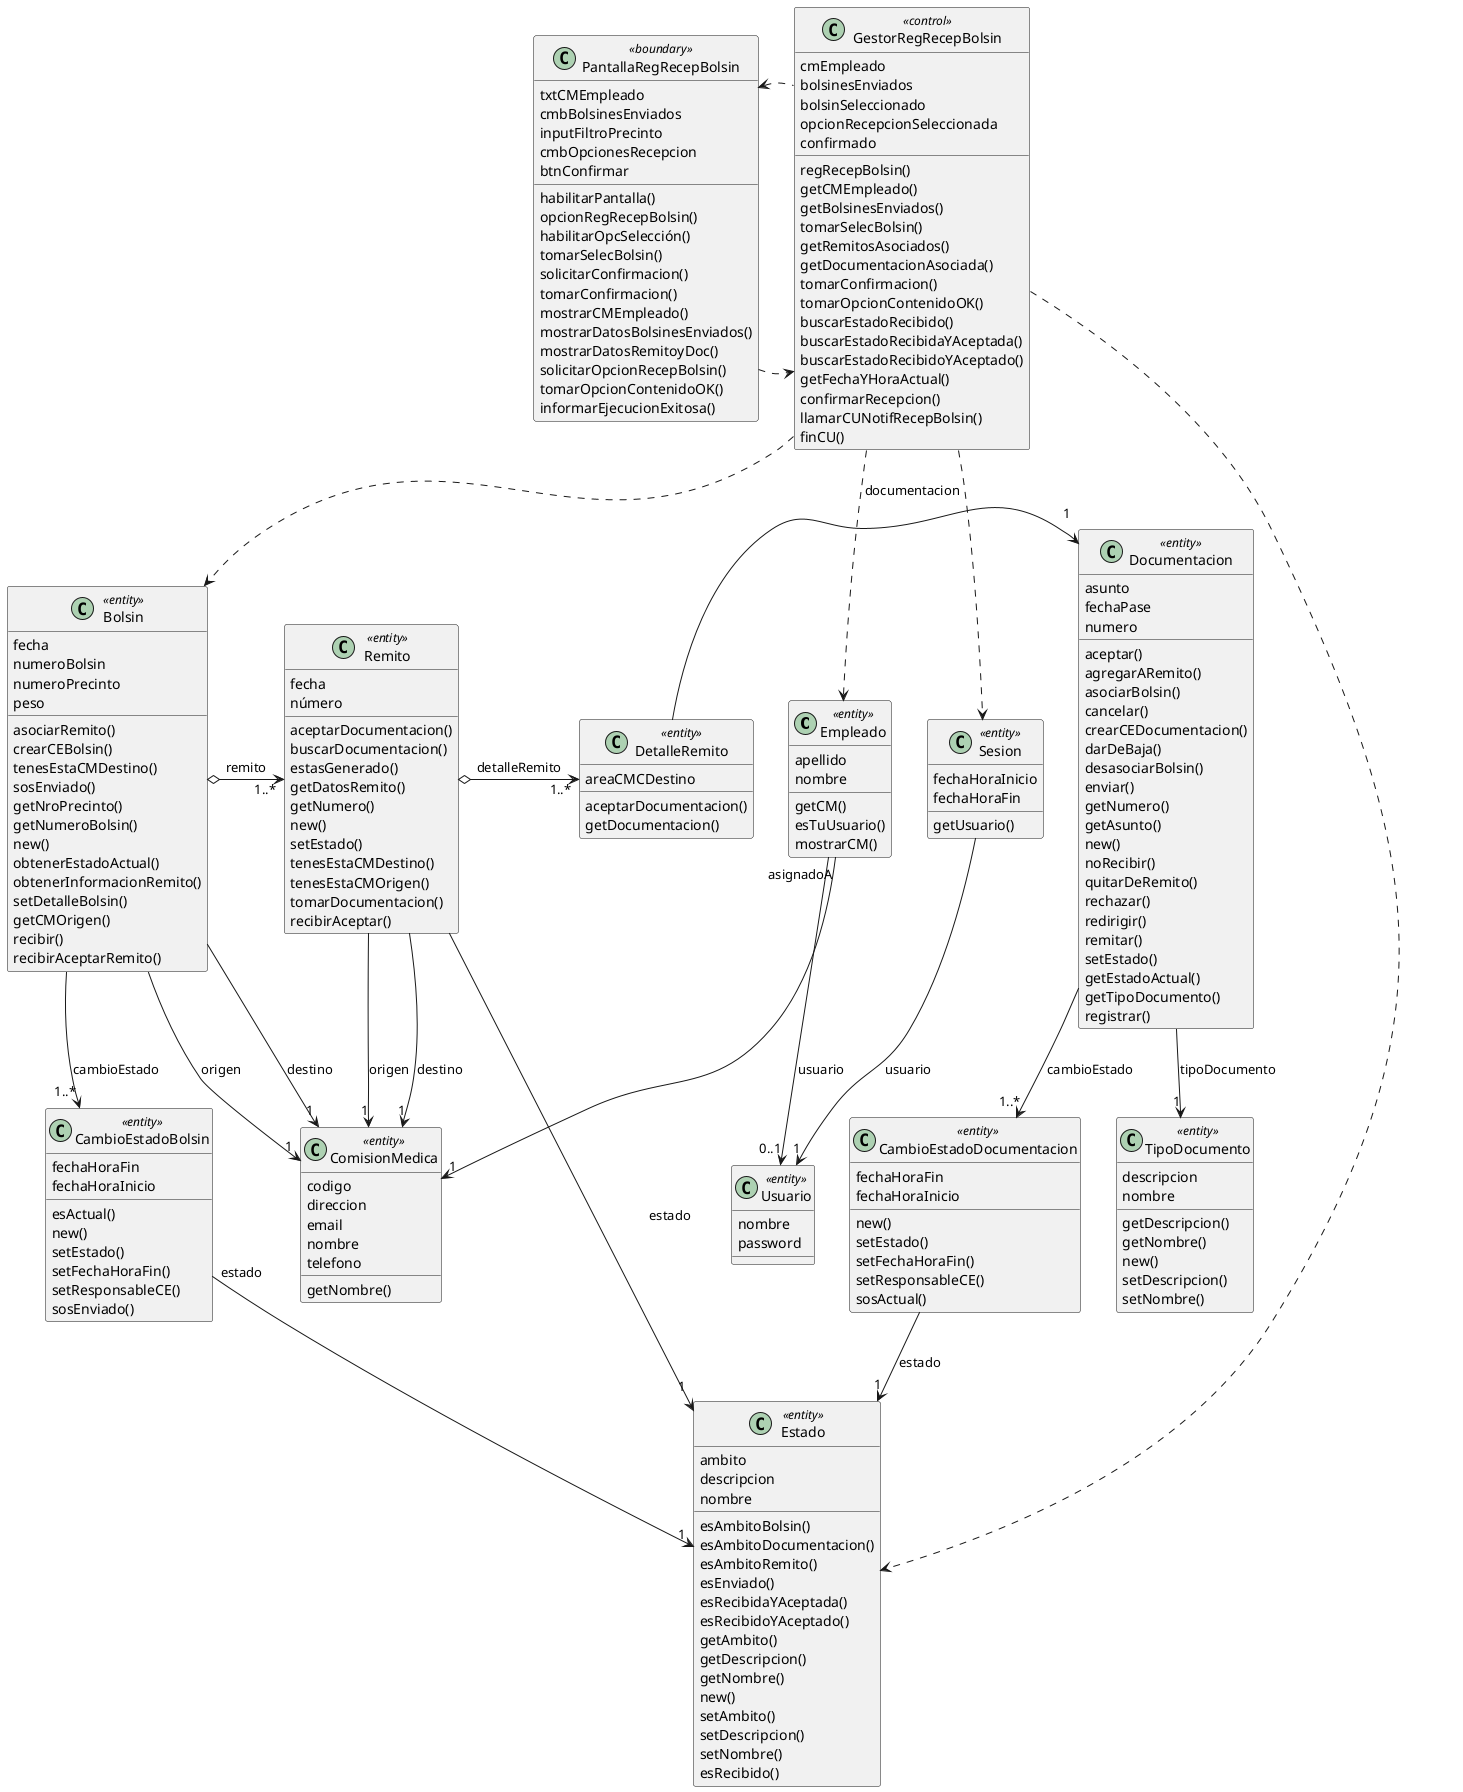
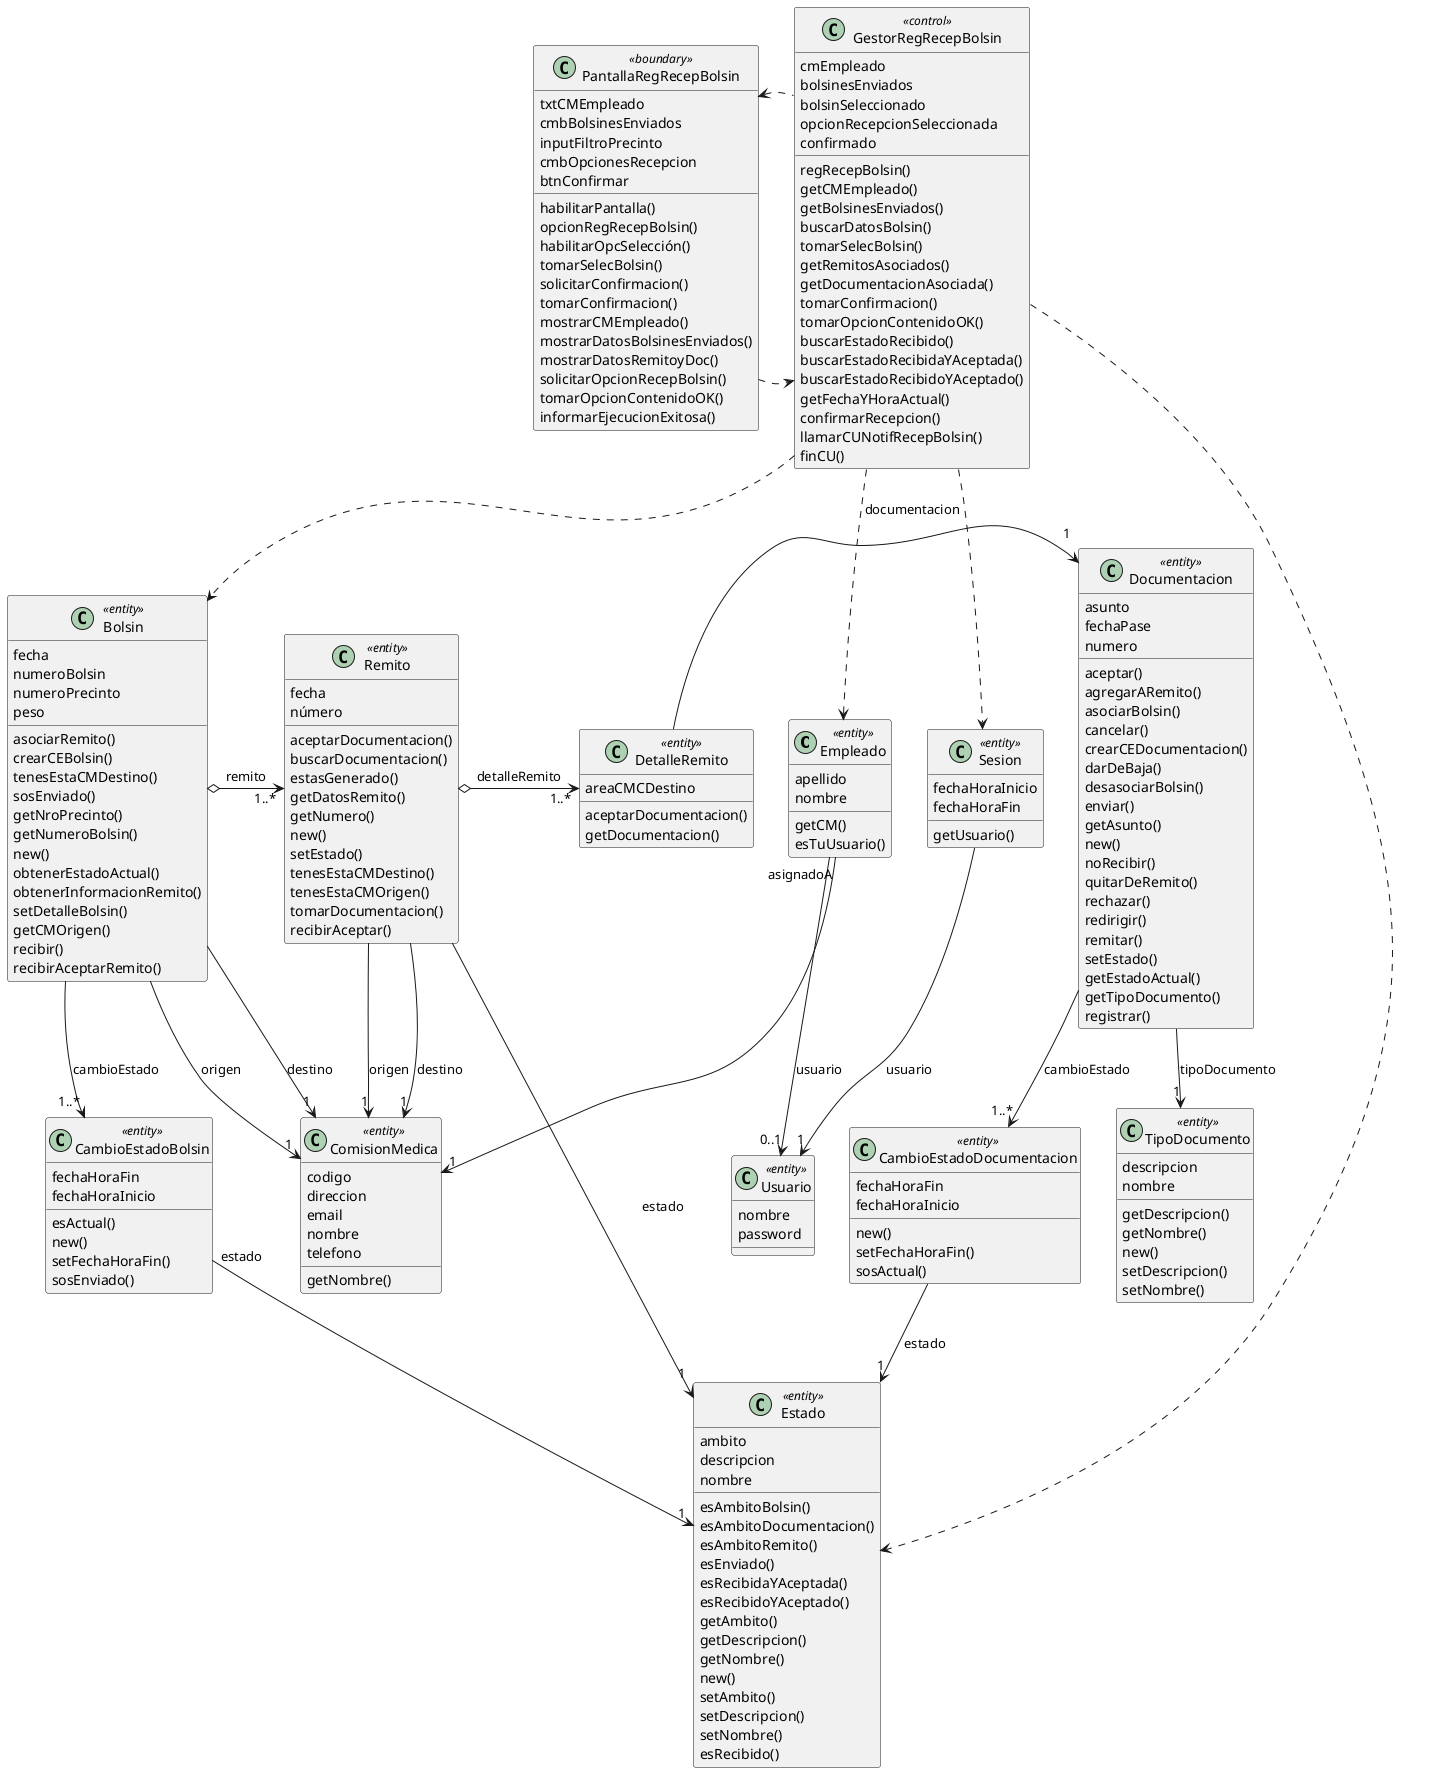
@startuml Realización de Análisis del CU 28 Registrar recepción de Bolsín - Vista Estática

class Empleado <<entity>> {
  apellido
  nombre
  getCM()
  esTuUsuario()
-   mostrarCM()
}

class Usuario <<entity>> {
  nombre
  password
}

class Sesion <<entity>> {
  fechaHoraInicio
  fechaHoraFin
  getUsuario()
}

class GestorRegRecepBolsin <<control>> {
  cmEmpleado
  bolsinesEnviados
  bolsinSeleccionado
  opcionRecepcionSeleccionada
  confirmado
  regRecepBolsin()
  getCMEmpleado()
  getBolsinesEnviados()
+   buscarDatosBolsin()
  tomarSelecBolsin()
  getRemitosAsociados()
  getDocumentacionAsociada()
  tomarConfirmacion()
  tomarOpcionContenidoOK()
  buscarEstadoRecibido()
  buscarEstadoRecibidaYAceptada()
  buscarEstadoRecibidoYAceptado()
  getFechaYHoraActual()
  confirmarRecepcion()
  llamarCUNotifRecepBolsin()
  finCU()
}

class PantallaRegRecepBolsin <<boundary>> {
  txtCMEmpleado
  cmbBolsinesEnviados
  inputFiltroPrecinto
  cmbOpcionesRecepcion
  btnConfirmar
  habilitarPantalla()
  opcionRegRecepBolsin()
  habilitarOpcSelección()
  tomarSelecBolsin()
  solicitarConfirmacion()
  tomarConfirmacion()
  mostrarCMEmpleado()
  mostrarDatosBolsinesEnviados()
  mostrarDatosRemitoyDoc()
  solicitarOpcionRecepBolsin()
  tomarOpcionContenidoOK()
  informarEjecucionExitosa()
}

class ComisionMedica <<entity>> {
  codigo
  direccion
  email
  nombre
  telefono
  getNombre()
}

class Bolsin <<entity>> {
  fecha
  numeroBolsin
  numeroPrecinto
  peso
  asociarRemito()
  crearCEBolsin()
  tenesEstaCMDestino()
  sosEnviado()
  getNroPrecinto()
  getNumeroBolsin()
  new()
  obtenerEstadoActual()
  obtenerInformacionRemito()
  setDetalleBolsin()
  getCMOrigen()
  recibir()
  recibirAceptarRemito()
}

class CambioEstadoBolsin <<entity>> {
  fechaHoraFin
  fechaHoraInicio
  esActual()
  new()
-   setEstado()
  setFechaHoraFin()
-   setResponsableCE()
  sosEnviado()
}

class Estado <<entity>> {
  ambito
  descripcion
  nombre
  esAmbitoBolsin()
  esAmbitoDocumentacion()
  esAmbitoRemito()
  esEnviado()
  esRecibidaYAceptada()
  esRecibidoYAceptado()
  getAmbito()
  getDescripcion()
  getNombre()
  new()
  setAmbito()
  setDescripcion()
  setNombre()
  esRecibido()
}

class Remito <<entity>> {
  fecha
  número
  aceptarDocumentacion()
  buscarDocumentacion()
  estasGenerado()
  getDatosRemito()
  getNumero()
  new()
  setEstado()
  tenesEstaCMDestino()
  tenesEstaCMOrigen()
  tomarDocumentacion()
  recibirAceptar()
}

class DetalleRemito <<entity>> {
  areaCMCDestino
  aceptarDocumentacion()
  getDocumentacion()
}

class Documentacion <<entity>> {
  asunto
  fechaPase
  numero
  aceptar()
  agregarARemito()
  asociarBolsin()
  cancelar()
  crearCEDocumentacion()
  darDeBaja()
  desasociarBolsin()
  enviar()
-   getNumero()
  getAsunto()
  new()
  noRecibir()
  quitarDeRemito()
  rechazar()
  redirigir()
  remitar()
  setEstado()
  getEstadoActual()
  getTipoDocumento()
  registrar()
}

class CambioEstadoDocumentacion <<entity>> {
  fechaHoraFin
  fechaHoraInicio
  new()
-   setEstado()
  setFechaHoraFin()
-   setResponsableCE()
  sosActual()
}

class TipoDocumento <<entity>> {
  descripcion
  nombre
  getDescripcion()
  getNombre()
  new()
  setDescripcion()
  setNombre()
}

PantallaRegRecepBolsin ..> GestorRegRecepBolsin
PantallaRegRecepBolsin <.right. GestorRegRecepBolsin
GestorRegRecepBolsin ..> Sesion
GestorRegRecepBolsin ..> Empleado
GestorRegRecepBolsin ..> Bolsin
GestorRegRecepBolsin ..> Estado
Sesion --> "1" Usuario : usuario
Empleado --> "0..1" Usuario : usuario
Empleado "asignadoA" --> "1" ComisionMedica
Bolsin --> "1" ComisionMedica : origen
Bolsin --> "1" ComisionMedica : destino
Remito --> "1" ComisionMedica : origen
Remito --> "1" ComisionMedica : destino
Bolsin --> "1..*" CambioEstadoBolsin : cambioEstado
CambioEstadoBolsin "estado" --> "1" Estado
Bolsin o-> "1..*" Remito : remito
Remito --> "1" Estado : estado
Remito o-> "1..*" DetalleRemito : detalleRemito
DetalleRemito -right-> "1" Documentacion : documentacion
Documentacion --> "1" TipoDocumento : tipoDocumento
Documentacion --> "1..*" CambioEstadoDocumentacion : cambioEstado
CambioEstadoDocumentacion --> "1" Estado : estado

@enduml
